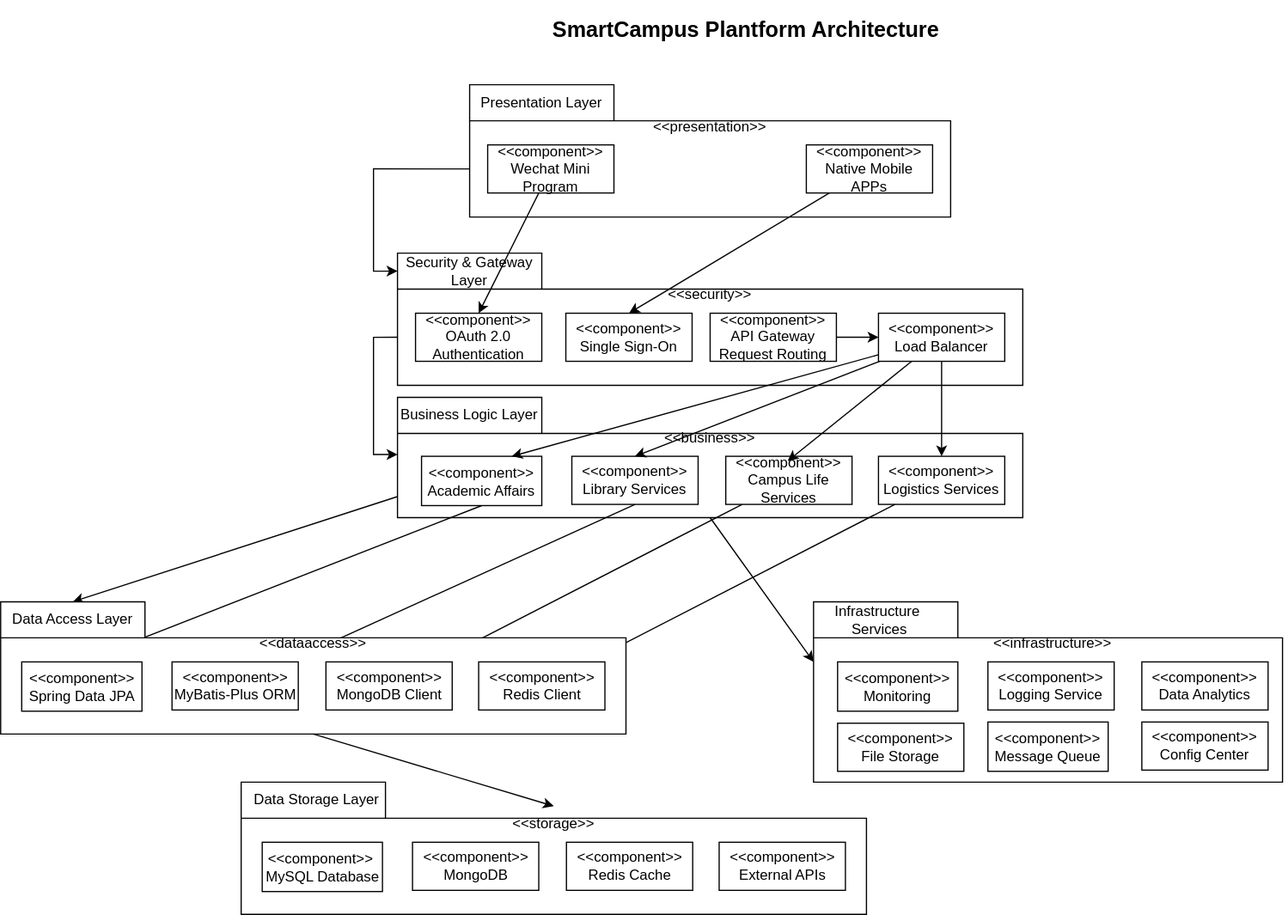
qianlinnian/se_sad_project keeps this draw.io diagram as Assignment2/diagrams/ad_architecture_uml.svg. Above is the earlier version. Source tidied: cells renumbered, new cells last; positions are measured from the earlier drawing's top-left corner, leaving out a move shared by most shapes.
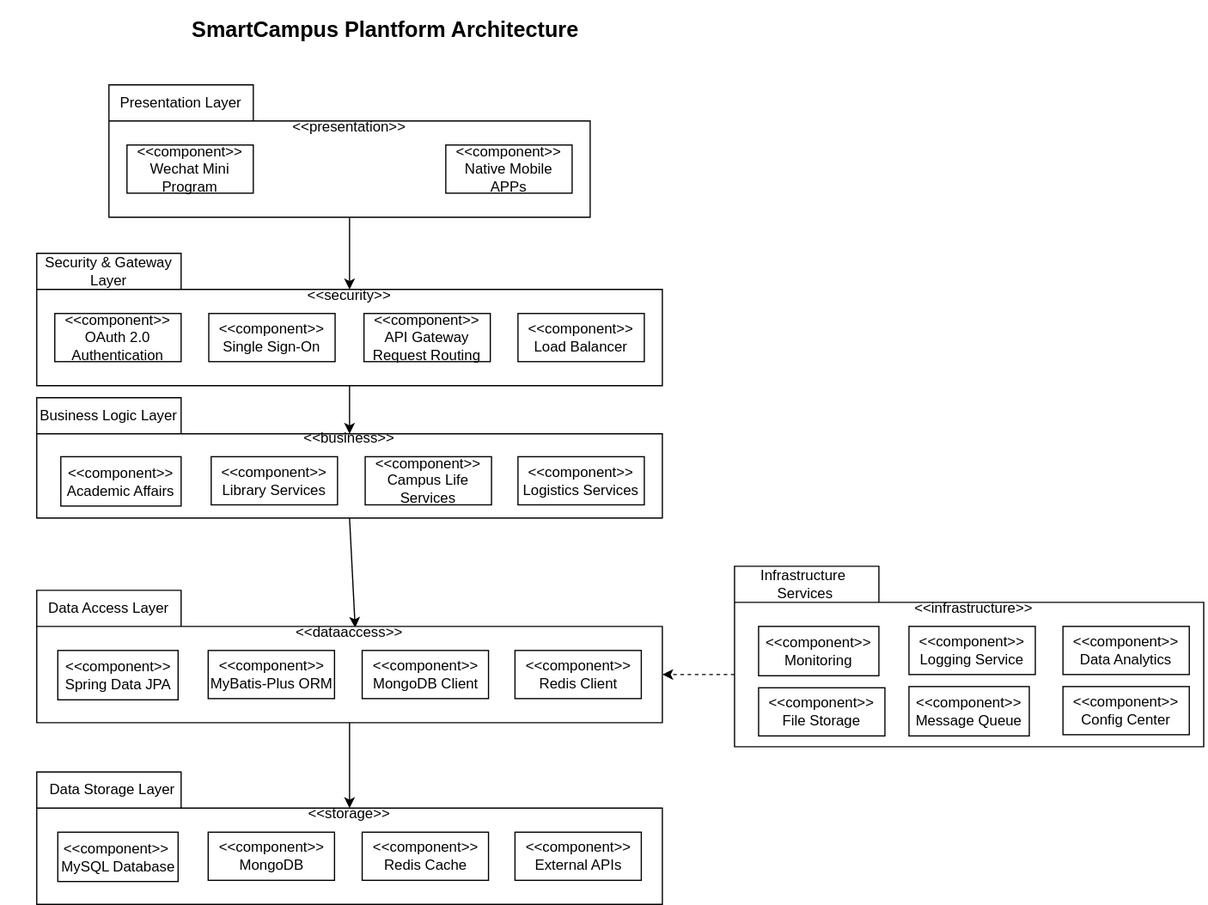
Above is the later version.

What changed in the source:
```diff
@@ -42,31 +42,16 @@
       <mxGeometry x="15" y="50" width="105" height="40" as="geometry" />
     </mxCell>
     <mxCell id="15" value="&amp;lt;&amp;lt;component&amp;gt;&amp;gt;&lt;div&gt;Single Sign-On&lt;/div&gt;" style="rounded=0;whiteSpace=wrap;html=1;" parent="10" vertex="1">
-      <mxGeometry x="140" y="50" width="105" height="40" as="geometry" />
+      <mxGeometry x="143" y="50" width="105" height="40" as="geometry" />
     </mxCell>
-    <mxCell id="16" style="edgeStyle=orthogonalEdgeStyle;rounded=0;jettySize=auto;html=1;exitX=1;exitY=0.5;exitDx=0;exitDy=0;entryX=0;entryY=0.5;entryDx=0;entryDy=0;" parent="10" edge="1" source="17" target="18">
-      <mxGeometry relative="1" as="geometry" />
-    </mxCell>
     <mxCell id="17" value="&amp;lt;&amp;lt;component&amp;gt;&amp;gt;&lt;div&gt;API Gateway Request Routing&lt;/div&gt;" style="rounded=0;whiteSpace=wrap;html=1;" parent="10" vertex="1">
-      <mxGeometry x="260" y="50" width="105" height="40" as="geometry" />
+      <mxGeometry x="272" y="50" width="105" height="40" as="geometry" />
     </mxCell>
     <mxCell id="18" value="&amp;lt;&amp;lt;component&amp;gt;&amp;gt; Load Balancer" style="rounded=0;whiteSpace=wrap;html=1;" parent="10" vertex="1">
       <mxGeometry x="400" y="50" width="105" height="40" as="geometry" />
     </mxCell>
-    <mxCell id="19" style="group;" parent="1" vertex="1">
-      <mxGeometry x="330" y="330" width="600" height="110" as="geometry" />
-    </mxCell>
-    <mxCell id="20" value="Business Logic Layer" style="text;html=1;whiteSpace=wrap;strokeColor=none;fillColor=none;align=center;verticalAlign=middle;rounded=0;" parent="19" vertex="1">
-      <mxGeometry x="-30" width="180" height="30" as="geometry" />
-    </mxCell>
-    <mxCell id="21" value="&amp;lt;&amp;lt;business&amp;gt;&amp;gt;" style="text;html=1;whiteSpace=wrap;strokeColor=none;fillColor=none;align=center;verticalAlign=middle;rounded=0;" parent="19" vertex="1">
-      <mxGeometry y="19" width="520" height="30" as="geometry" />
-    </mxCell>
-    <mxCell id="22" value="&amp;lt;&amp;lt;component&amp;gt;&amp;gt;&lt;br&gt;Logistics Services" style="rounded=0;whiteSpace=wrap;html=1;" parent="19" vertex="1">
-      <mxGeometry x="400" y="49" width="105" height="40" as="geometry" />
-    </mxCell>
     <mxCell id="23" style="group;" parent="1" vertex="1">
-      <mxGeometry x="200" y="650" width="520" height="110" as="geometry" />
+      <mxGeometry x="330" y="641" width="520" height="110" as="geometry" />
     </mxCell>
     <mxCell id="24" style="shape=folder;fontStyle=1;spacingTop=10;tabWidth=120;tabHeight=30;tabPosition=left;html=1;whiteSpace=wrap;" parent="23" vertex="1">
       <mxGeometry width="520" height="110" as="geometry" />
@@ -75,7 +60,7 @@
       <mxGeometry x="-30" width="186" height="30" as="geometry" />
     </mxCell>
     <mxCell id="26" value="&amp;lt;&amp;lt;storage&amp;gt;&amp;gt;" style="text;html=1;whiteSpace=wrap;strokeColor=none;fillColor=none;align=center;verticalAlign=middle;rounded=0;" parent="23" vertex="1">
-      <mxGeometry y="20" width="520" height="30" as="geometry" />
+      <mxGeometry x="150" y="20" width="220" height="30" as="geometry" />
     </mxCell>
     <mxCell id="27" value="&amp;lt;&amp;lt;component&amp;gt;&amp;gt;&lt;br&gt;External APIs" style="rounded=0;whiteSpace=wrap;html=1;" parent="23" vertex="1">
       <mxGeometry x="397.5" y="50" width="105" height="40" as="geometry" />
@@ -89,59 +74,30 @@
     <mxCell id="30" value="&amp;lt;&amp;lt;component&amp;gt;&amp;gt;&amp;nbsp; MySQL Database" style="rounded=0;whiteSpace=wrap;html=1;" parent="23" vertex="1">
       <mxGeometry x="17.5" y="50" width="100" height="41" as="geometry" />
     </mxCell>
-    <mxCell id="31" style="rounded=0;jettySize=auto;html=1;" parent="1" edge="1" source="32" target="53">
-      <mxGeometry relative="1" as="geometry" />
-    </mxCell>
     <mxCell id="32" value="&amp;lt;&amp;lt;component&amp;gt;&amp;gt; Campus Life Services" style="rounded=0;whiteSpace=wrap;html=1;" parent="1" vertex="1">
       <mxGeometry x="603" y="379" width="105" height="40" as="geometry" />
     </mxCell>
-    <mxCell id="33" style="rounded=0;jettySize=auto;html=1;exitX=0.5;exitY=1;exitDx=0;exitDy=0;" parent="1" edge="1" source="34" target="54">
-      <mxGeometry relative="1" as="geometry" />
-    </mxCell>
     <mxCell id="34" value="&amp;lt;&amp;lt;component&amp;gt;&amp;gt;&lt;div&gt;Library Services&lt;/div&gt;" style="rounded=0;whiteSpace=wrap;html=1;" parent="1" vertex="1">
       <mxGeometry x="475" y="379" width="105" height="40" as="geometry" />
     </mxCell>
-    <mxCell id="35" style="rounded=0;jettySize=auto;html=1;exitX=0.5;exitY=1;exitDx=0;exitDy=0;entryX=0.5;entryY=0;entryDx=0;entryDy=0;" parent="1" edge="1" source="36" target="55">
-      <mxGeometry relative="1" as="geometry" />
-    </mxCell>
     <mxCell id="36" value="&amp;lt;&amp;lt;component&amp;gt;&amp;gt; Academic Affairs" style="rounded=0;whiteSpace=wrap;html=1;" parent="1" vertex="1">
       <mxGeometry x="350" y="379" width="100" height="41" as="geometry" />
     </mxCell>
-    <mxCell id="37" style="rounded=0;jettySize=auto;html=1;entryX=0.5;entryY=0;entryDx=0;entryDy=0;" parent="1" edge="1" source="8" target="14">
-      <mxGeometry relative="1" as="geometry" />
-    </mxCell>
-    <mxCell id="38" style="rounded=0;jettySize=auto;html=1;entryX=0.5;entryY=0;entryDx=0;entryDy=0;" parent="1" edge="1" source="9" target="15">
-      <mxGeometry relative="1" as="geometry" />
-    </mxCell>
-    <mxCell id="39" style="edgeStyle=orthogonalEdgeStyle;rounded=0;jettySize=auto;html=1;exitX=0;exitY=0;exitDx=0;exitDy=70;entryX=0;entryY=0.5;entryDx=0;entryDy=0;exitPerimeter=0;" parent="1" edge="1" source="5" target="12">
-      <mxGeometry relative="1" as="geometry" />
+    <mxCell id="39" style="edgeStyle=orthogonalEdgeStyle;rounded=0;jettySize=auto;html=1;" parent="1" edge="1" source="5">
+      <mxGeometry relative="1" as="geometry">
+        <mxPoint x="590" y="240" as="targetPoint" />
+      </mxGeometry>
     </mxCell>
-    <mxCell id="40" style="edgeStyle=orthogonalEdgeStyle;rounded=0;jettySize=auto;html=1;entryX=0;entryY=0;entryDx=0;entryDy=47.5;entryPerimeter=0;exitX=0;exitY=0;exitDx=0;exitDy=70;exitPerimeter=0;" parent="1" edge="1" source="11" target="2">
-      <mxGeometry relative="1" as="geometry" />
+    <mxCell id="40" style="edgeStyle=orthogonalEdgeStyle;rounded=0;jettySize=auto;html=1;" parent="1" edge="1" source="11">
+      <mxGeometry relative="1" as="geometry">
+        <mxPoint x="590" y="360" as="targetPoint" />
+      </mxGeometry>
     </mxCell>
-    <mxCell id="41" style="rounded=0;jettySize=auto;html=1;entryX=0.5;entryY=0;entryDx=0;entryDy=0;exitX=0;exitY=0;exitDx=0;exitDy=82.5;exitPerimeter=0;" parent="1" edge="1" source="2" target="50">
+    <mxCell id="41" style="rounded=0;jettySize=auto;html=1;entryX=0.509;entryY=0.283;entryDx=0;entryDy=0;entryPerimeter=0;exitX=0.5;exitY=1;exitDx=0;exitDy=0;exitPerimeter=0;" parent="1" edge="1" source="2" target="49">
       <mxGeometry relative="1" as="geometry" />
     </mxCell>
-    <mxCell id="42" style="rounded=0;jettySize=auto;html=1;entryX=0;entryY=0;entryDx=0;entryDy=50;entryPerimeter=0;exitX=0.5;exitY=1;exitDx=0;exitDy=0;exitPerimeter=0;" parent="1" edge="1" source="2" target="57">
-      <mxGeometry relative="1" as="geometry" />
-    </mxCell>
-    <mxCell id="43" style="rounded=0;jettySize=auto;html=1;" parent="1" edge="1" source="22" target="52">
-      <mxGeometry relative="1" as="geometry" />
-    </mxCell>
-    <mxCell id="44" style="rounded=0;jettySize=auto;html=1;entryX=0.75;entryY=0;entryDx=0;entryDy=0;" parent="1" edge="1" source="18" target="36">
-      <mxGeometry relative="1" as="geometry" />
-    </mxCell>
-    <mxCell id="45" style="rounded=0;jettySize=auto;html=1;entryX=0.5;entryY=0;entryDx=0;entryDy=0;" parent="1" edge="1" source="18" target="34">
-      <mxGeometry relative="1" as="geometry" />
-    </mxCell>
-    <mxCell id="46" style="rounded=0;jettySize=auto;html=1;entryX=0.624;entryY=1.131;entryDx=0;entryDy=0;entryPerimeter=0;" parent="1" edge="1" source="18" target="21">
-      <mxGeometry relative="1" as="geometry" />
-    </mxCell>
-    <mxCell id="47" style="rounded=0;jettySize=auto;html=1;" parent="1" edge="1" source="18" target="22">
-      <mxGeometry relative="1" as="geometry" />
-    </mxCell>
     <mxCell id="48" style="group;" parent="1" vertex="1">
-      <mxGeometry y="500" width="520" height="110" as="geometry" />
+      <mxGeometry x="330" y="490" width="520" height="110" as="geometry" />
     </mxCell>
     <mxCell id="49" style="shape=folder;fontStyle=1;spacingTop=10;tabWidth=120;tabHeight=30;tabPosition=left;html=1;whiteSpace=wrap;" parent="48" vertex="1">
       <mxGeometry width="520" height="110" as="geometry" />
@@ -164,35 +120,49 @@
     <mxCell id="55" value="&amp;lt;&amp;lt;component&amp;gt;&amp;gt; Spring Data JPA" style="rounded=0;whiteSpace=wrap;html=1;" parent="48" vertex="1">
       <mxGeometry x="17.5" y="50" width="100" height="41" as="geometry" />
     </mxCell>
-    <mxCell id="56" style="rounded=0;jettySize=auto;html=1;exitX=0.5;exitY=1;exitDx=0;exitDy=0;exitPerimeter=0;entryX=0.5;entryY=0;entryDx=0;entryDy=0;" parent="1" edge="1" source="49" target="26">
-      <mxGeometry relative="1" as="geometry" />
+    <mxCell id="56" style="rounded=0;jettySize=auto;html=1;exitX=0.5;exitY=1;exitDx=0;exitDy=0;exitPerimeter=0;" parent="1" edge="1" source="49">
+      <mxGeometry relative="1" as="geometry">
+        <mxPoint x="590" y="671" as="targetPoint" />
+      </mxGeometry>
     </mxCell>
     <mxCell id="57" style="shape=folder;fontStyle=1;spacingTop=10;tabWidth=120;tabHeight=30;tabPosition=left;html=1;whiteSpace=wrap;" parent="1" vertex="1">
-      <mxGeometry x="676" y="500" width="390" height="150" as="geometry" />
+      <mxGeometry x="910" y="470" width="390" height="150" as="geometry" />
     </mxCell>
     <mxCell id="58" value="Infrastructure&amp;nbsp;&lt;div&gt;Services&lt;/div&gt;" style="text;html=1;whiteSpace=wrap;strokeColor=none;fillColor=none;align=center;verticalAlign=middle;rounded=0;" parent="1" vertex="1">
-      <mxGeometry x="596" y="500" width="270" height="30" as="geometry" />
+      <mxGeometry x="914" y="470" width="110" height="30" as="geometry" />
     </mxCell>
     <mxCell id="59" value="&amp;lt;&amp;lt;infrastructure&amp;gt;&amp;gt;" style="text;html=1;whiteSpace=wrap;strokeColor=none;fillColor=none;align=center;verticalAlign=middle;rounded=0;" parent="1" vertex="1">
-      <mxGeometry x="680" y="520" width="390" height="30" as="geometry" />
+      <mxGeometry x="914" y="490" width="390" height="30" as="geometry" />
     </mxCell>
     <mxCell id="60" value="&amp;lt;&amp;lt;component&amp;gt;&amp;gt;&lt;br&gt;File Storage" style="rounded=0;whiteSpace=wrap;html=1;" parent="1" vertex="1">
-      <mxGeometry x="696" y="601" width="105" height="40" as="geometry" />
+      <mxGeometry x="930" y="571" width="105" height="40" as="geometry" />
     </mxCell>
     <mxCell id="61" value="&amp;lt;&amp;lt;component&amp;gt;&amp;gt; Data Analytics" style="rounded=0;whiteSpace=wrap;html=1;" parent="1" vertex="1">
-      <mxGeometry x="949" y="550" width="105" height="40" as="geometry" />
+      <mxGeometry x="1183" y="520" width="105" height="40" as="geometry" />
     </mxCell>
     <mxCell id="62" value="&amp;lt;&amp;lt;component&amp;gt;&amp;gt;&lt;div&gt;Logging Service&lt;/div&gt;" style="rounded=0;whiteSpace=wrap;html=1;" parent="1" vertex="1">
-      <mxGeometry x="821" y="550" width="105" height="40" as="geometry" />
+      <mxGeometry x="1055" y="520" width="105" height="40" as="geometry" />
     </mxCell>
     <mxCell id="63" value="&amp;lt;&amp;lt;component&amp;gt;&amp;gt; Monitoring" style="rounded=0;whiteSpace=wrap;html=1;" parent="1" vertex="1">
-      <mxGeometry x="696" y="550" width="100" height="41" as="geometry" />
+      <mxGeometry x="930" y="520" width="100" height="41" as="geometry" />
     </mxCell>
     <mxCell id="64" value="&amp;lt;&amp;lt;component&amp;gt;&amp;gt; Config Center" style="rounded=0;whiteSpace=wrap;html=1;" parent="1" vertex="1">
-      <mxGeometry x="949" y="600" width="105" height="40" as="geometry" />
+      <mxGeometry x="1183" y="570" width="105" height="40" as="geometry" />
     </mxCell>
     <mxCell id="65" value="&amp;lt;&amp;lt;component&amp;gt;&amp;gt; Message Queue" style="rounded=0;whiteSpace=wrap;html=1;" parent="1" vertex="1">
-      <mxGeometry x="821" y="600" width="100" height="41" as="geometry" />
+      <mxGeometry x="1055" y="570" width="100" height="41" as="geometry" />
     </mxCell>
+    <mxCell id="20" value="Business Logic Layer" style="text;html=1;whiteSpace=wrap;strokeColor=none;fillColor=none;align=center;verticalAlign=middle;rounded=0;" parent="1" vertex="1">
+      <mxGeometry x="330" y="330" width="120" height="30" as="geometry" />
+    </mxCell>
+    <mxCell id="21" value="&amp;lt;&amp;lt;business&amp;gt;&amp;gt;" style="text;html=1;whiteSpace=wrap;strokeColor=none;fillColor=none;align=center;verticalAlign=middle;rounded=0;" parent="1" vertex="1">
+      <mxGeometry x="470" y="349" width="240" height="30" as="geometry" />
+    </mxCell>
+    <mxCell id="22" value="&amp;lt;&amp;lt;component&amp;gt;&amp;gt;&lt;br&gt;Logistics Services" style="rounded=0;whiteSpace=wrap;html=1;" parent="1" vertex="1">
+      <mxGeometry x="730" y="379" width="105" height="40" as="geometry" />
+    </mxCell>
+    <mxCell id="66" style="edgeStyle=none;html=1;exitX=0;exitY=0;exitDx=0;exitDy=90;exitPerimeter=0;entryX=0;entryY=0;entryDx=520;entryDy=70;entryPerimeter=0;dashed=1;" parent="1" edge="1" source="57" target="49">
+      <mxGeometry relative="1" as="geometry" />
+    </mxCell>
   </root>
 </mxGraphModel>
```
